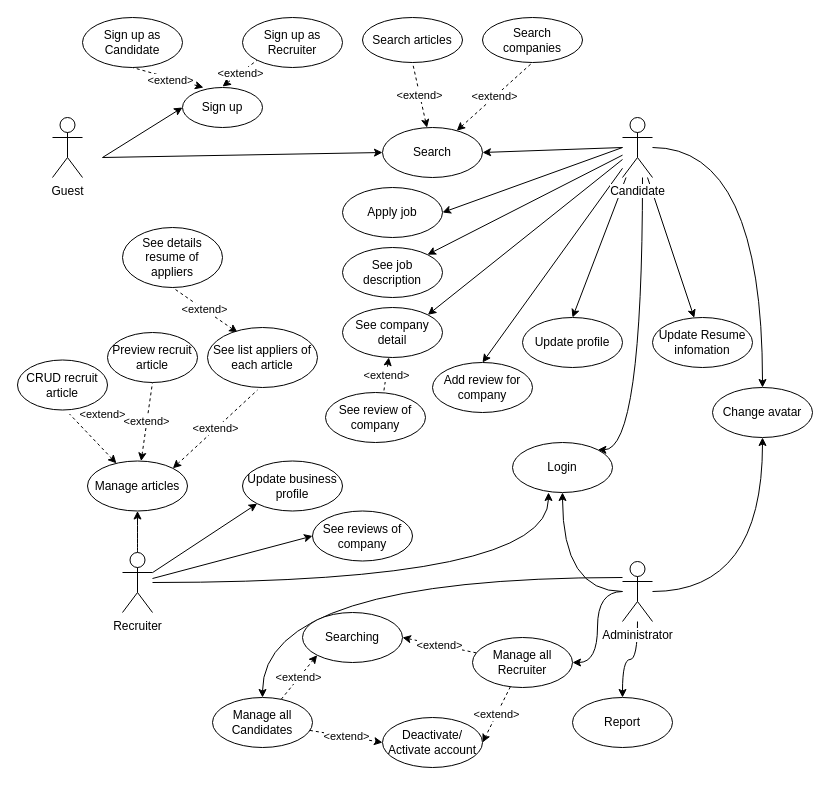
This is page "Use case diagram" (1 of 7) of Use case Diagram.drawio from vietdqhcmute/DATN, a draw.io file, before an edit. Source tidied: cells renumbered, new cells numbered last; positions are measured from the earlier drawing's top-left corner, leaving out a move shared by most shapes. Both pictures are drawn from the tidied source at 100%, with x=0, y=0 at pixel (17, 17).
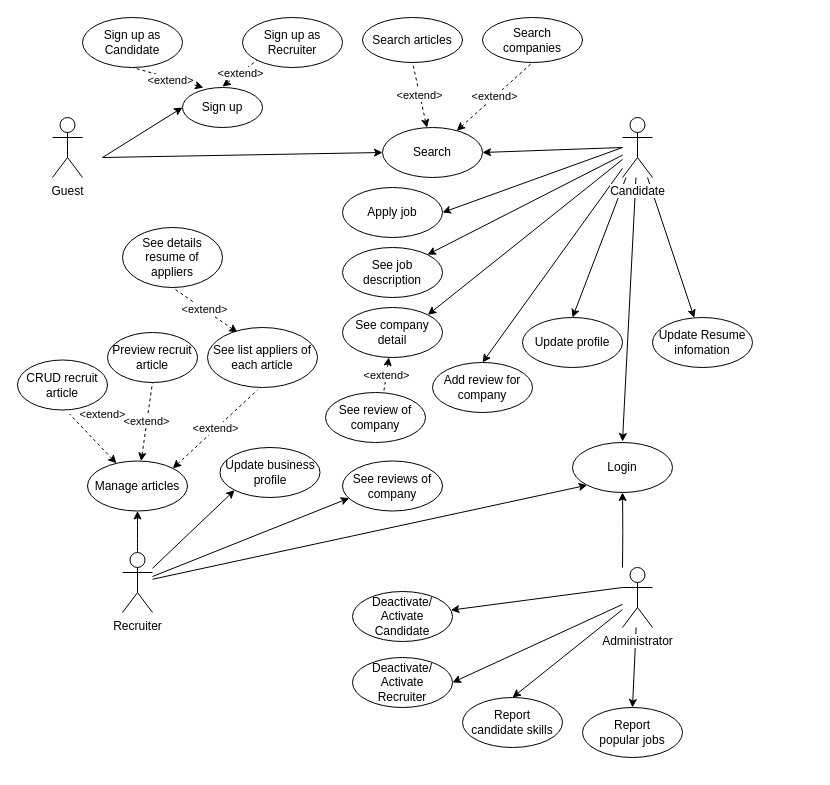
After the change.

The change refers to these unchanged cells:
```xml
<mxCell id="14" value="Candidate" style="shape=umlActor;verticalLabelPosition=bottom;labelBackgroundColor=#ffffff;verticalAlign=top;html=1;outlineConnect=0;" parent="1" vertex="1">
  <mxGeometry x="605" y="100" width="30" height="60" as="geometry" />
</mxCell>
<mxCell id="25" value="Recruiter" style="shape=umlActor;verticalLabelPosition=bottom;labelBackgroundColor=#ffffff;verticalAlign=top;html=1;outlineConnect=0;" parent="1" vertex="1">
  <mxGeometry x="105" y="535" width="30" height="60" as="geometry" />
</mxCell>
```

Diff of the diagram source:
```diff
@@
-    <mxCell id="6" style="rounded=0;jettySize=auto;html=1;entryX=1;entryY=0;entryDx=0;entryDy=0;edgeStyle=orthogonalEdgeStyle;curved=1;" parent="1" edge="1" source="14" target="36">
+    <mxCell id="6" style="rounded=0;jettySize=auto;html=1;" parent="1" edge="1" source="14">
       <mxGeometry relative="1" as="geometry">
-        <Array as="points">
-          <mxPoint x="625" y="432" />
-        </Array>
+        <mxPoint x="605" y="424" as="targetPoint" />
       </mxGeometry>
     </mxCell>
@@
-    <mxCell id="13" style="edgeStyle=orthogonalEdgeStyle;rounded=0;jettySize=auto;html=1;entryX=0.5;entryY=0;entryDx=0;entryDy=0;curved=1;" parent="1" edge="1" source="14" target="64">
-      <mxGeometry relative="1" as="geometry" />
-    </mxCell>
@@
-    <mxCell id="15" style="edgeStyle=orthogonalEdgeStyle;curved=1;rounded=0;jettySize=auto;html=1;entryX=0.5;entryY=1;entryDx=0;entryDy=0;" parent="1" edge="1" source="20" target="36">
-      <mxGeometry relative="1" as="geometry" />
+    <mxCell id="15" style="edgeStyle=orthogonalEdgeStyle;curved=1;rounded=0;jettySize=auto;html=1;entryX=0.5;entryY=1;entryDx=0;entryDy=0;" parent="1" edge="1" target="36">
+      <mxGeometry relative="1" as="geometry">
+        <mxPoint x="605" y="550" as="sourcePoint" />
+      </mxGeometry>
     </mxCell>
-    <mxCell id="16" style="edgeStyle=orthogonalEdgeStyle;rounded=0;jettySize=auto;html=1;entryX=0.5;entryY=1;entryDx=0;entryDy=0;curved=1;" parent="1" edge="1" source="20" target="64">
-      <mxGeometry relative="1" as="geometry" />
-    </mxCell>
-    <mxCell id="17" style="edgeStyle=orthogonalEdgeStyle;rounded=0;jettySize=auto;html=1;entryX=0.5;entryY=0;entryDx=0;entryDy=0;curved=1;" parent="1" edge="1" source="20" target="65">
+    <mxCell id="17" style="rounded=0;jettySize=auto;html=1;entryX=0.5;entryY=0;entryDx=0;entryDy=0;" parent="1" edge="1" source="20" target="65">
       <mxGeometry relative="1" as="geometry" />
     </mxCell>
-    <mxCell id="18" style="edgeStyle=orthogonalEdgeStyle;rounded=0;jettySize=auto;html=1;entryX=0.5;entryY=0;entryDx=0;entryDy=0;curved=1;" parent="1" edge="1" source="20" target="39">
+    <mxCell id="18" style="rounded=0;jettySize=auto;html=1;" parent="1" edge="1" target="39">
       <mxGeometry relative="1" as="geometry">
-        <Array as="points">
-          <mxPoint x="245" y="560" />
-        </Array>
+        <mxPoint x="605" y="570" as="sourcePoint" />
       </mxGeometry>
     </mxCell>
-    <mxCell id="19" style="edgeStyle=orthogonalEdgeStyle;curved=1;rounded=0;jettySize=auto;html=1;entryX=1;entryY=0.5;entryDx=0;entryDy=0;" parent="1" edge="1" source="20" target="42">
+    <mxCell id="19" style="rounded=0;jettySize=auto;html=1;entryX=1;entryY=0.5;entryDx=0;entryDy=0;" parent="1" edge="1" source="20" target="42">
       <mxGeometry relative="1" as="geometry" />
     </mxCell>
+    <mxCell id="66" style="edgeStyle=none;rounded=0;jettySize=auto;html=1;entryX=0.5;entryY=0;entryDx=0;entryDy=0;startArrow=none;startFill=0;endArrow=classic;endFill=1;" parent="1" edge="1" source="20" target="67">
+      <mxGeometry relative="1" as="geometry" />
+    </mxCell>
     <mxCell id="20" value="Administrator" style="shape=umlActor;verticalLabelPosition=bottom;labelBackgroundColor=#ffffff;verticalAlign=top;html=1;outlineConnect=0;" parent="1" vertex="1">
-      <mxGeometry x="605" y="544" width="30" height="60" as="geometry" />
+      <mxGeometry x="605" y="550" width="30" height="60" as="geometry" />
     </mxCell>
-    <mxCell id="21" style="edgeStyle=orthogonalEdgeStyle;curved=1;rounded=0;jettySize=auto;html=1;entryX=0.36;entryY=1;entryDx=0;entryDy=0;entryPerimeter=0;" parent="1" edge="1" source="25" target="36">
+    <mxCell id="21" style="rounded=0;jettySize=auto;html=1;entryX=0;entryY=1;entryDx=0;entryDy=0;" parent="1" edge="1" source="25" target="36">
       <mxGeometry relative="1" as="geometry" />
     </mxCell>
@@
-    <mxCell id="24" style="rounded=0;jettySize=auto;html=1;entryX=0;entryY=0.5;entryDx=0;entryDy=0;" parent="1" edge="1" source="25" target="60">
+    <mxCell id="24" style="rounded=0;jettySize=auto;html=1;entryX=0.067;entryY=0.742;entryDx=0;entryDy=0;entryPerimeter=0;" parent="1" edge="1" source="25" target="60">
       <mxGeometry relative="1" as="geometry" />
     </mxCell>
@@
     <mxCell id="36" value="Login" style="ellipse;whiteSpace=wrap;html=1;" parent="1" vertex="1">
-      <mxGeometry x="495" y="425" width="100" height="50" as="geometry" />
+      <mxGeometry x="555" y="425" width="100" height="50" as="geometry" />
     </mxCell>
-    <mxCell id="37" value="&amp;lt;extend&amp;gt;" style="rounded=0;jettySize=auto;html=1;entryX=0;entryY=0.5;entryDx=0;entryDy=0;dashed=1;" parent="1" edge="1" source="39" target="63">
-      <mxGeometry relative="1" as="geometry" />
-    </mxCell>
-    <mxCell id="38" value="&amp;lt;extend&amp;gt;" style="rounded=0;jettySize=auto;html=1;entryX=0;entryY=1;entryDx=0;entryDy=0;dashed=1;" parent="1" edge="1" source="39" target="62">
-      <mxGeometry relative="1" as="geometry" />
-    </mxCell>
-    <mxCell id="39" value="Manage all Candidates" style="ellipse;whiteSpace=wrap;html=1;" parent="1" vertex="1">
-      <mxGeometry x="195" y="680" width="100" height="50" as="geometry" />
+    <mxCell id="39" value="Deactivate/ Activate Candidate" style="ellipse;whiteSpace=wrap;html=1;" parent="1" vertex="1">
+      <mxGeometry x="335" y="574" width="100" height="50" as="geometry" />
     </mxCell>
-    <mxCell id="40" value="&amp;lt;extend&amp;gt;" style="rounded=0;jettySize=auto;html=1;entryX=1;entryY=0.5;entryDx=0;entryDy=0;dashed=1;" parent="1" edge="1" source="42" target="63">
-      <mxGeometry relative="1" as="geometry" />
-    </mxCell>
-    <mxCell id="41" value="&amp;lt;extend&amp;gt;" style="rounded=0;jettySize=auto;html=1;entryX=1;entryY=0.5;entryDx=0;entryDy=0;dashed=1;" parent="1" edge="1" source="42" target="62">
-      <mxGeometry relative="1" as="geometry" />
-    </mxCell>
-    <mxCell id="42" value="Manage all Recruiter" style="ellipse;whiteSpace=wrap;html=1;" parent="1" vertex="1">
-      <mxGeometry x="455" y="620" width="100" height="50" as="geometry" />
+    <mxCell id="42" value="Deactivate/ Activate&lt;br&gt;Recruiter" style="ellipse;whiteSpace=wrap;html=1;" parent="1" vertex="1">
+      <mxGeometry x="335" y="640" width="100" height="50" as="geometry" />
     </mxCell>
@@
     <mxCell id="48" value="Update&amp;nbsp;business profile" style="ellipse;whiteSpace=wrap;html=1;" parent="1" vertex="1">
-      <mxGeometry x="225" y="443.5" width="100" height="50" as="geometry" />
+      <mxGeometry x="202.5" y="430" width="100" height="50" as="geometry" />
     </mxCell>
@@
     <mxCell id="60" value="See reviews of company" style="ellipse;whiteSpace=wrap;html=1;" parent="1" vertex="1">
-      <mxGeometry x="295" y="493.5" width="100" height="50" as="geometry" />
+      <mxGeometry x="325" y="443.5" width="100" height="50" as="geometry" />
     </mxCell>
@@
-    <mxCell id="62" value="Searching" style="ellipse;whiteSpace=wrap;html=1;" parent="1" vertex="1">
-      <mxGeometry x="285" y="595" width="100" height="50" as="geometry" />
-    </mxCell>
-    <mxCell id="63" value="Deactivate/ Activate account" style="ellipse;whiteSpace=wrap;html=1;" parent="1" vertex="1">
-      <mxGeometry x="365" y="700" width="100" height="50" as="geometry" />
-    </mxCell>
-    <mxCell id="64" value="Change avatar" style="ellipse;whiteSpace=wrap;html=1;" parent="1" vertex="1">
-      <mxGeometry x="695" y="370" width="100" height="50" as="geometry" />
-    </mxCell>
-    <mxCell id="65" value="Report" style="ellipse;whiteSpace=wrap;html=1;" parent="1" vertex="1">
-      <mxGeometry x="555" y="680" width="100" height="50" as="geometry" />
+    <mxCell id="65" value="Report&lt;br&gt;candidate skills&lt;br&gt;" style="ellipse;whiteSpace=wrap;html=1;" parent="1" vertex="1">
+      <mxGeometry x="445" y="680" width="100" height="50" as="geometry" />
     </mxCell>
+    <mxCell id="67" value="Report&lt;br&gt;popular jobs&lt;br&gt;" style="ellipse;whiteSpace=wrap;html=1;" parent="1" vertex="1">
+      <mxGeometry x="565" y="690" width="100" height="50" as="geometry" />
+    </mxCell>
```
